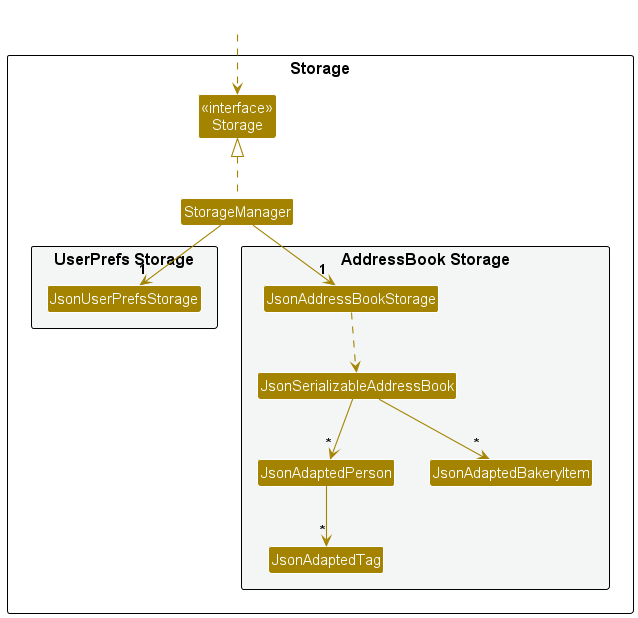
Above: docs/images/StorageClassDiagram.png in AY2627S1-CS2103T-F14-3/tp (PlantUML), before the change. Its diagram source:
```plantuml
@startuml
!include style.puml
skinparam arrowThickness 1.1
skinparam arrowColor STORAGE_COLOR
skinparam classBackgroundColor STORAGE_COLOR

package Storage as StoragePackage {

Class "<<interface>>\nStorage" as Storage
Class StorageManager

package "UserPrefs Storage" #F4F6F6{
Class JsonUserPrefsStorage
}

package "AddressBook Storage" #F4F6F6{
Class JsonAddressBookStorage
Class JsonSerializableAddressBook
Class JsonAdaptedPerson
Class JsonAdaptedTag
Class JsonAdaptedBakeryItem
}

}

Class HiddenOutside #FFFFFF
HiddenOutside ..> Storage

StorageManager .up.|> Storage
StorageManager -down-> "1" JsonUserPrefsStorage
StorageManager -down-> "1" JsonAddressBookStorage

JsonAddressBookStorage ..> JsonSerializableAddressBook
JsonSerializableAddressBook --> "*" JsonAdaptedPerson
JsonSerializableAddressBook --> "*" JsonAdaptedBakeryItem
JsonAdaptedPerson --> "*" JsonAdaptedTag

@enduml
```
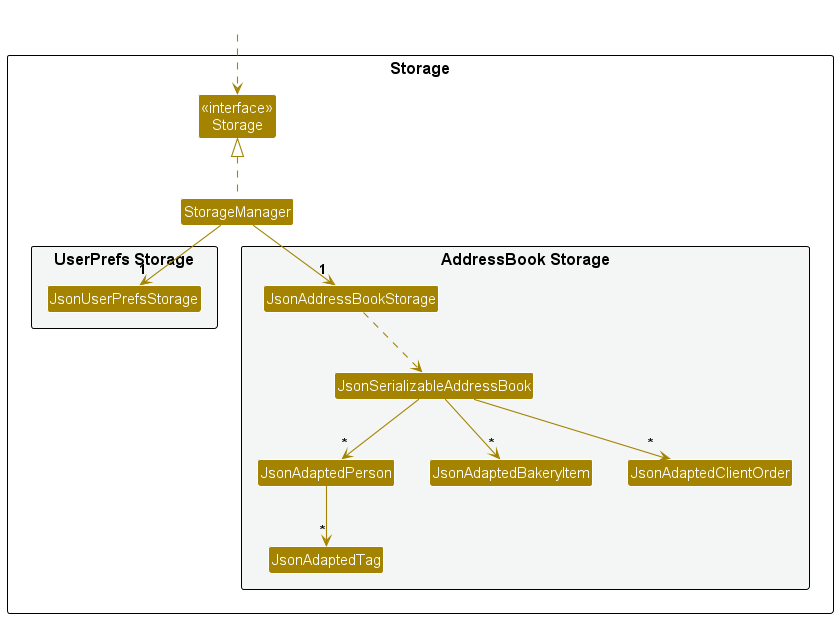
After the change.

Commit message:
Update DG diagrams to include orders

The edit, as a diff of the source:
```diff
@@ -19,6 +19,7 @@
 Class JsonAdaptedPerson
 Class JsonAdaptedTag
 Class JsonAdaptedBakeryItem
+Class JsonAdaptedClientOrder
 }
 
 }
@@ -33,6 +34,7 @@
 JsonAddressBookStorage ..> JsonSerializableAddressBook
 JsonSerializableAddressBook --> "*" JsonAdaptedPerson
 JsonSerializableAddressBook --> "*" JsonAdaptedBakeryItem
+JsonSerializableAddressBook --> "*" JsonAdaptedClientOrder
 JsonAdaptedPerson --> "*" JsonAdaptedTag
 
 @enduml
```
